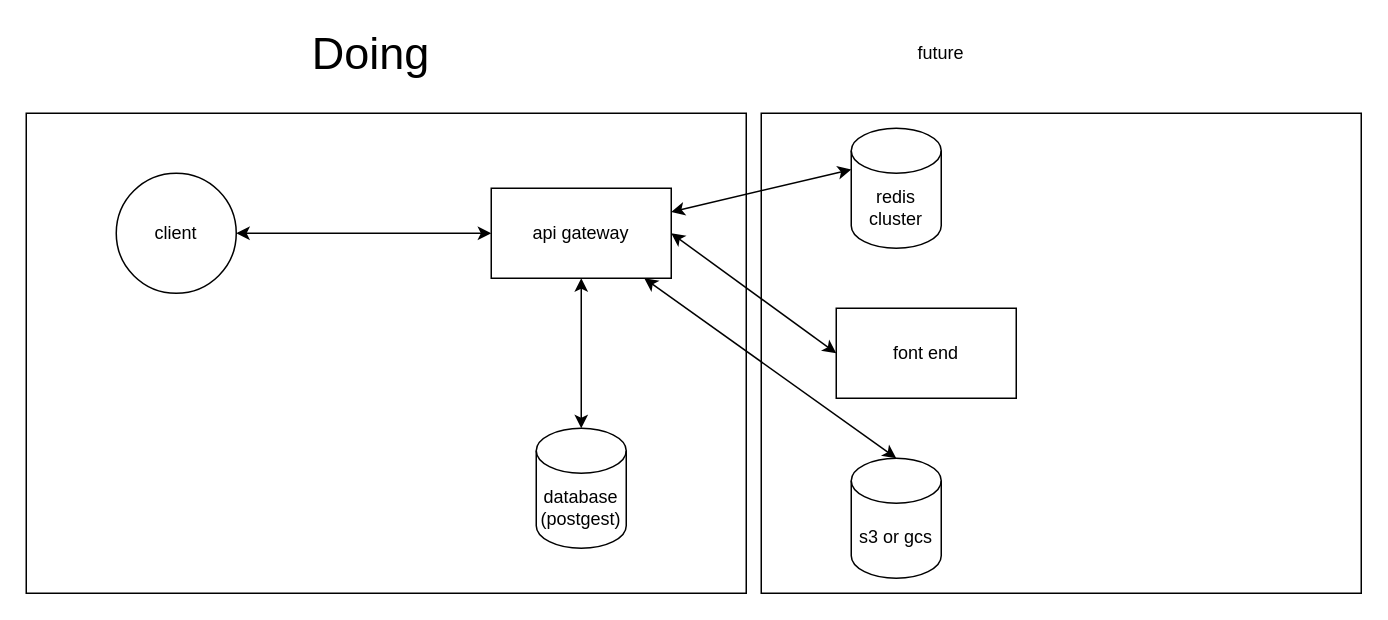
Earlier version of the draw.io diagram Untitled Diagram.drawio (mamochiro/LF-Test). Source tidied: cells renumbered, new cells numbered last; positions are measured from the earlier drawing's top-left corner, leaving out a move shared by most shapes. Both pictures are drawn from the tidied source at 150%, with x=0, y=0 at pixel (26, 38).
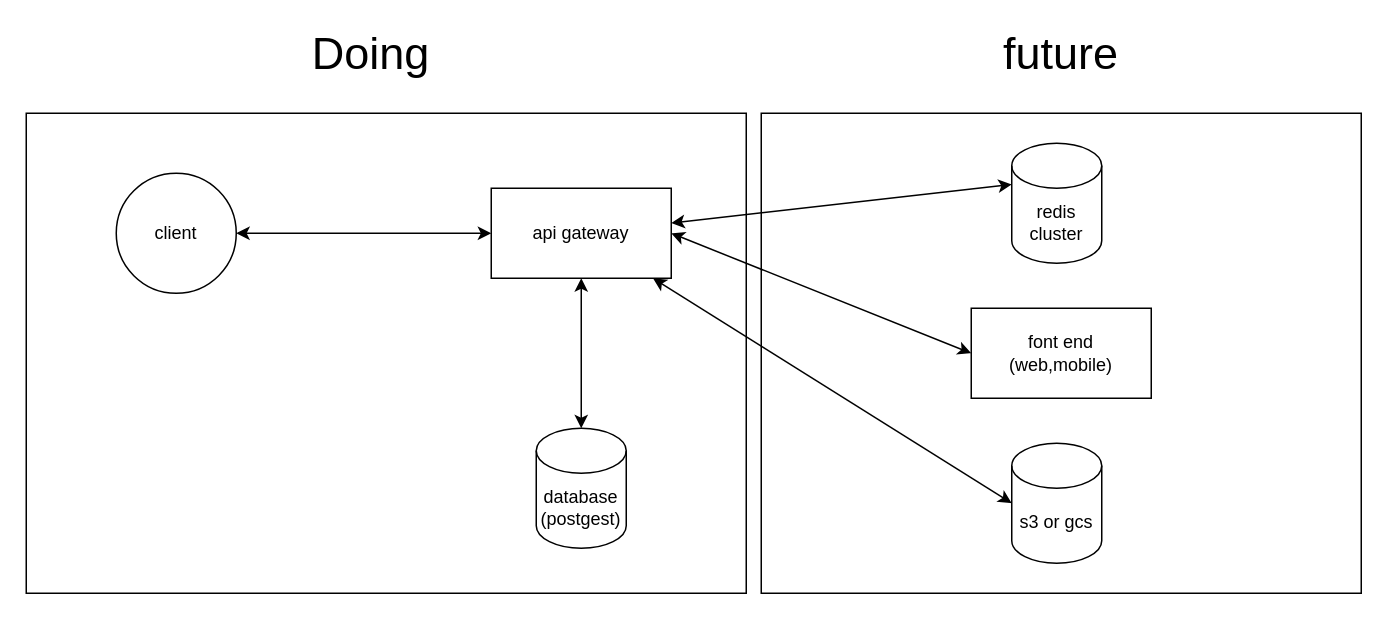
Above is the later version.

Diff of the diagram source:
```diff
@@
 <mxGraphModel>
   <root>
     <mxCell id="0" />
     <mxCell id="1" parent="0" />
     <mxCell id="2" style="rounded=0;whiteSpace=wrap;html=1;" parent="1" vertex="1">
       <mxGeometry x="490" y="50" width="400" height="320" as="geometry" />
     </mxCell>
     <mxCell id="3" style="rounded=0;whiteSpace=wrap;html=1;" parent="1" vertex="1">
       <mxGeometry y="50" width="480" height="320" as="geometry" />
     </mxCell>
     <mxCell id="4" value="client" style="ellipse;whiteSpace=wrap;html=1;" parent="1" vertex="1">
       <mxGeometry x="60" y="90" width="80" height="80" as="geometry" />
     </mxCell>
     <mxCell id="5" value="api gateway" style="rounded=0;whiteSpace=wrap;html=1;" parent="1" vertex="1">
       <mxGeometry x="310" y="100" width="120" height="60" as="geometry" />
     </mxCell>
     <mxCell id="6" value="database&lt;br&gt;(postgest)" style="shape=cylinder3;whiteSpace=wrap;html=1;boundedLbl=1;backgroundOutline=1;size=15;" parent="1" vertex="1">
       <mxGeometry x="340" y="260" width="60" height="80" as="geometry" />
     </mxCell>
     <mxCell id="7" value="&lt;font style=&quot;font-size: 30px&quot;&gt;Doing&lt;/font&gt;" style="text;html=1;strokeColor=none;fillColor=none;align=center;verticalAlign=middle;whiteSpace=wrap;rounded=0;" parent="1" vertex="1">
       <mxGeometry x="200" width="60" height="20" as="geometry" />
     </mxCell>
-    <mxCell id="8" value="font end" style="rounded=0;whiteSpace=wrap;html=1;" parent="1" vertex="1">
-      <mxGeometry x="540" y="180" width="120" height="60" as="geometry" />
+    <mxCell id="8" value="font end&lt;br&gt;(web,mobile)" style="rounded=0;whiteSpace=wrap;html=1;" parent="1" vertex="1">
+      <mxGeometry x="630" y="180" width="120" height="60" as="geometry" />
     </mxCell>
     <mxCell id="9" value="s3 or gcs" style="shape=cylinder3;whiteSpace=wrap;html=1;boundedLbl=1;backgroundOutline=1;size=15;" parent="1" vertex="1">
-      <mxGeometry x="550" y="280" width="60" height="80" as="geometry" />
+      <mxGeometry x="657" y="270" width="60" height="80" as="geometry" />
     </mxCell>
     <mxCell id="10" style="endArrow=classic;startArrow=classic;html=1;entryX=0;entryY=0.5;entryDx=0;entryDy=0;" parent="1" edge="1" source="4" target="5">
       <mxGeometry relative="1" as="geometry" />
     </mxCell>
     <mxCell id="11" style="endArrow=classic;startArrow=classic;html=1;entryX=0.5;entryY=1;entryDx=0;entryDy=0;exitX=0.5;exitY=0;exitDx=0;exitDy=0;exitPerimeter=0;" parent="1" edge="1" source="6" target="5">
       <mxGeometry relative="1" as="geometry" />
     </mxCell>
     <mxCell id="12" style="endArrow=classic;startArrow=classic;html=1;entryX=0;entryY=0.5;entryDx=0;entryDy=0;exitX=1;exitY=0.5;exitDx=0;exitDy=0;" parent="1" edge="1" source="5" target="8">
       <mxGeometry relative="1" as="geometry" />
     </mxCell>
-    <mxCell id="13" style="endArrow=classic;startArrow=classic;html=1;exitX=0.5;exitY=0;exitDx=0;exitDy=0;exitPerimeter=0;" parent="1" edge="1" source="9" target="5">
+    <mxCell id="13" style="endArrow=classic;startArrow=classic;html=1;exitX=0;exitY=0.5;exitDx=0;exitDy=0;exitPerimeter=0;" parent="1" edge="1" source="9" target="5">
       <mxGeometry relative="1" as="geometry" />
     </mxCell>
     <mxCell id="14" value="redis cluster" style="shape=cylinder3;whiteSpace=wrap;html=1;boundedLbl=1;backgroundOutline=1;size=15;" parent="1" vertex="1">
-      <mxGeometry x="550" y="60" width="60" height="80" as="geometry" />
+      <mxGeometry x="657" y="70" width="60" height="80" as="geometry" />
     </mxCell>
     <mxCell id="15" style="endArrow=classic;startArrow=classic;html=1;entryX=0;entryY=0;entryDx=0;entryDy=27.5;entryPerimeter=0;" parent="1" edge="1" source="5" target="14">
       <mxGeometry relative="1" as="geometry" />
     </mxCell>
-    <mxCell id="16" value="future" style="text;html=1;strokeColor=none;fillColor=none;align=center;verticalAlign=middle;whiteSpace=wrap;rounded=0;" parent="1" vertex="1">
-      <mxGeometry x="590" width="40" height="20" as="geometry" />
+    <mxCell id="16" value="&lt;font style=&quot;font-size: 30px&quot;&gt;future&lt;/font&gt;" style="text;html=1;strokeColor=none;fillColor=none;align=center;verticalAlign=middle;whiteSpace=wrap;rounded=0;" parent="1" vertex="1">
+      <mxGeometry x="670" width="40" height="20" as="geometry" />
     </mxCell>
   </root>
 </mxGraphModel>
```
